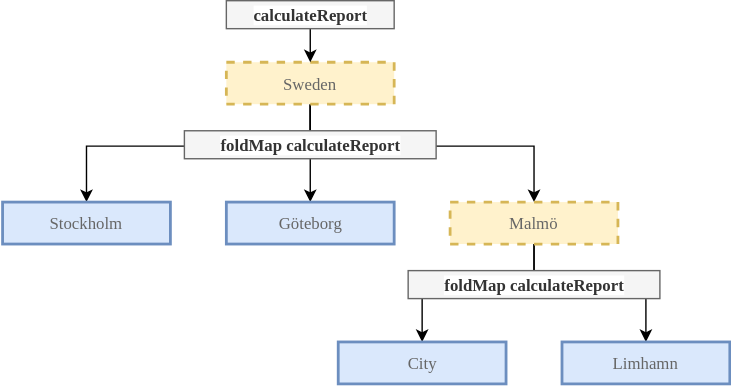
owickstrom/domain-modeling-with-haskell-data-structures-oredev keeps this draw.io diagram as src/images/project-tree-foldmap.svg. Above is the earlier version. Source tidied: cells renumbered, new cells last; positions are measured from the earlier drawing's top-left corner, leaving out a move shared by most shapes.
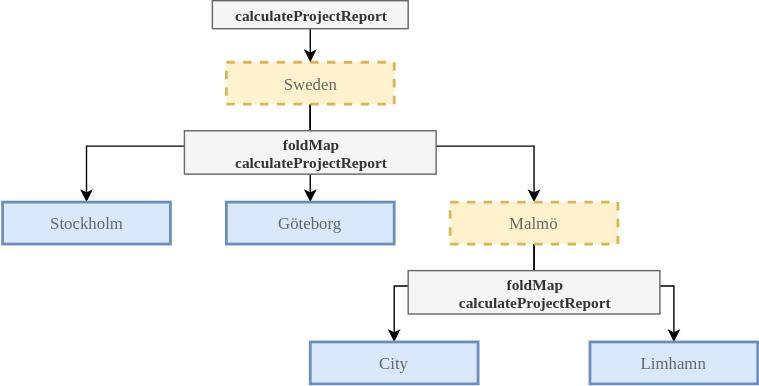
The same file after the commit.

Diff of the diagram source:
```diff
@@ -34,7 +34,7 @@
       <mxGeometry relative="1" as="geometry">
         <Array as="points">
           <mxPoint x="380" y="204" />
-          <mxPoint x="300" y="204" />
+          <mxPoint x="280" y="204" />
         </Array>
       </mxGeometry>
     </mxCell>
@@ -42,7 +42,7 @@
       <mxGeometry relative="1" as="geometry">
         <Array as="points">
           <mxPoint x="380" y="204" />
-          <mxPoint x="460" y="204" />
+          <mxPoint x="480" y="204" />
         </Array>
       </mxGeometry>
     </mxCell>
@@ -50,22 +50,22 @@
       <mxGeometry x="320" y="144" width="120" height="30" as="geometry" />
     </mxCell>
     <mxCell id="11" value="City" style="rounded=0;whiteSpace=wrap;fontFamily=Source Sans Pro;fontStyle=0;fillColor=#dae8fc;strokeColor=#6c8ebf;strokeWidth=2;fontColor=#666666;" parent="1" vertex="1">
-      <mxGeometry x="240" y="244" width="120" height="30" as="geometry" />
+      <mxGeometry x="220" y="244" width="120" height="30" as="geometry" />
     </mxCell>
     <mxCell id="12" value="Limhamn" style="rounded=0;whiteSpace=wrap;fontFamily=Source Sans Pro;fontStyle=0;fillColor=#dae8fc;strokeColor=#6c8ebf;strokeWidth=2;fontColor=#666666;" parent="1" vertex="1">
-      <mxGeometry x="400" y="244" width="120" height="30" as="geometry" />
+      <mxGeometry x="420" y="244" width="120" height="30" as="geometry" />
     </mxCell>
-    <mxCell id="13" value="&lt;div&gt;foldMap calculateReport&lt;/div&gt;" style="text;html=1;strokeColor=#666666;fillColor=#f5f5f5;align=center;verticalAlign=middle;whiteSpace=wrap;rounded=0;fontColor=#333333;labelBackgroundColor=#ffffff;fontFamily=Iosevka;fontStyle=1;" parent="1" vertex="1">
-      <mxGeometry x="130" y="93" width="180" height="20" as="geometry" />
+    <mxCell id="13" value="&lt;div style=&quot;font-size: 11px&quot;&gt;foldMap&lt;/div&gt;&lt;span style=&quot;font-size: 11px&quot;&gt;calculateProjectReport&lt;/span&gt;" style="text;html=1;strokeColor=#666666;fillColor=#f5f5f5;align=center;verticalAlign=middle;whiteSpace=wrap;rounded=0;fontColor=#333333;labelBackgroundColor=none;fontFamily=Iosevka;fontStyle=1;fontSize=11;" parent="1" vertex="1">
+      <mxGeometry x="130" y="93" width="180" height="31" as="geometry" />
     </mxCell>
     <mxCell id="14" style="edgeStyle=orthogonalEdgeStyle;rounded=0;html=0;exitX=0.5;exitY=1;entryX=0.5;entryY=0;jettySize=auto;fontColor=#000000;" parent="1" edge="1" source="15" target="5">
       <mxGeometry relative="1" as="geometry" />
     </mxCell>
-    <mxCell id="15" value="&lt;div&gt;calculateReport&lt;/div&gt;" style="text;html=1;strokeColor=#666666;fillColor=#f5f5f5;align=center;verticalAlign=middle;whiteSpace=wrap;rounded=0;fontColor=#333333;labelBackgroundColor=#ffffff;fontFamily=Iosevka;fontStyle=1;" parent="1" vertex="1">
-      <mxGeometry x="160" width="120" height="20" as="geometry" />
+    <mxCell id="15" value="calculateProjectReport&lt;br style=&quot;font-size: 11px;&quot;&gt;" style="text;html=1;strokeColor=#666666;fillColor=#f5f5f5;align=center;verticalAlign=middle;whiteSpace=wrap;rounded=0;fontColor=#333333;labelBackgroundColor=none;fontFamily=Iosevka;fontStyle=1;fontSize=11;" parent="1" vertex="1">
+      <mxGeometry x="150" width="140" height="20" as="geometry" />
     </mxCell>
-    <mxCell id="16" value="&lt;div&gt;foldMap calculateReport&lt;/div&gt;" style="text;html=1;strokeColor=#666666;fillColor=#f5f5f5;align=center;verticalAlign=middle;whiteSpace=wrap;rounded=0;fontColor=#333333;labelBackgroundColor=#ffffff;fontFamily=Iosevka;fontStyle=1;" parent="1" vertex="1">
-      <mxGeometry x="290" y="193" width="180" height="20" as="geometry" />
+    <mxCell id="16" value="&lt;div style=&quot;font-size: 11px&quot;&gt;foldMap&lt;/div&gt;&lt;span style=&quot;font-size: 11px&quot;&gt;calculateProjectReport&lt;/span&gt;" style="text;html=1;strokeColor=#666666;fillColor=#f5f5f5;align=center;verticalAlign=middle;whiteSpace=wrap;rounded=0;fontColor=#333333;labelBackgroundColor=none;fontFamily=Iosevka;fontStyle=1;fontSize=11;" parent="1" vertex="1">
+      <mxGeometry x="290" y="193" width="180" height="31" as="geometry" />
     </mxCell>
   </root>
 </mxGraphModel>
```
